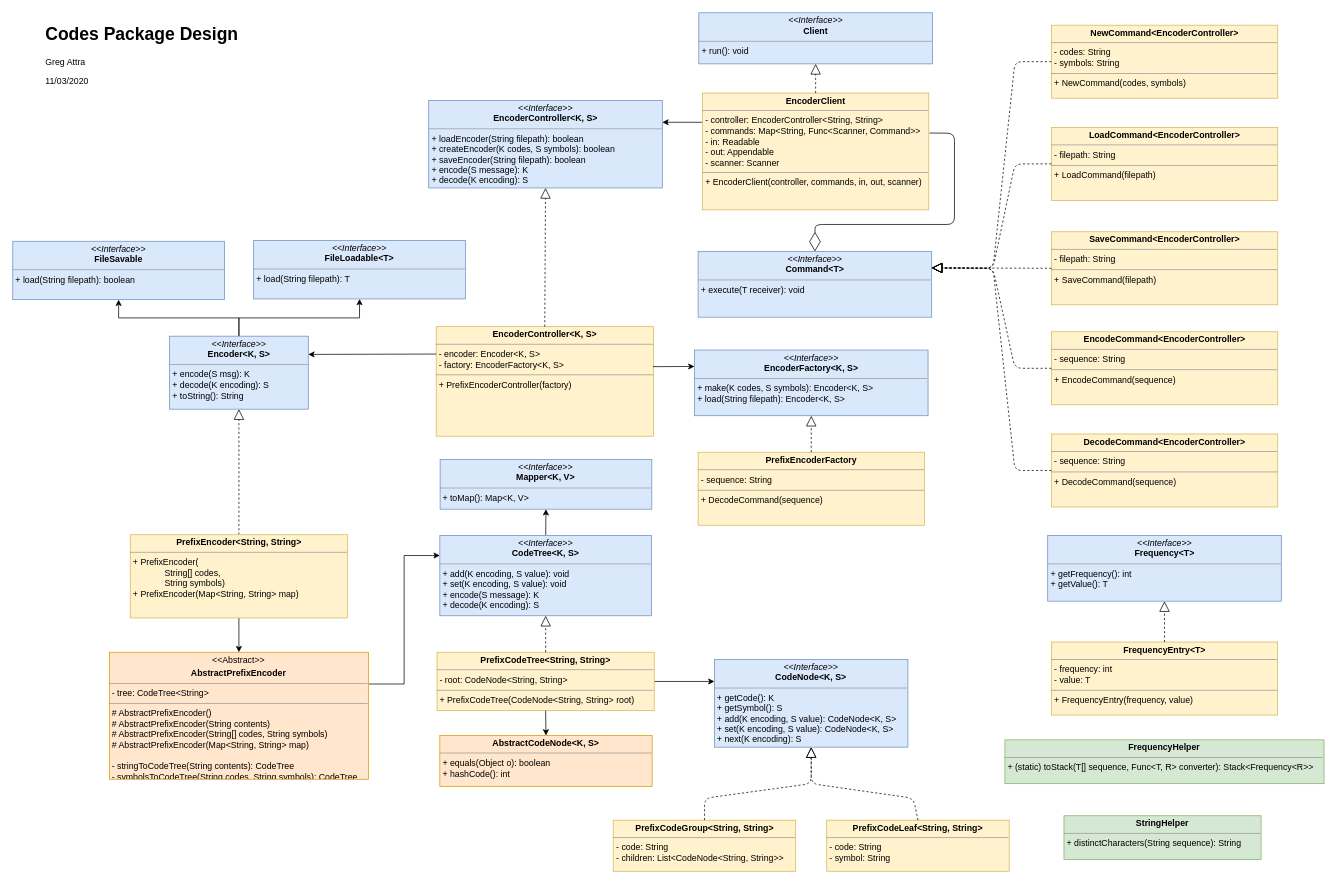
This is HW4/HW4-final-design.drawio from gbattra/OOP-Design-Patterns-in-Java, a draw.io file, before an edit. Source tidied: cells renumbered, new cells numbered last; positions are measured from the earlier drawing's top-left corner, leaving out a move shared by most shapes. Both pictures are drawn from the tidied source at 73%, with x=0, y=0 at pixel (12, 12).
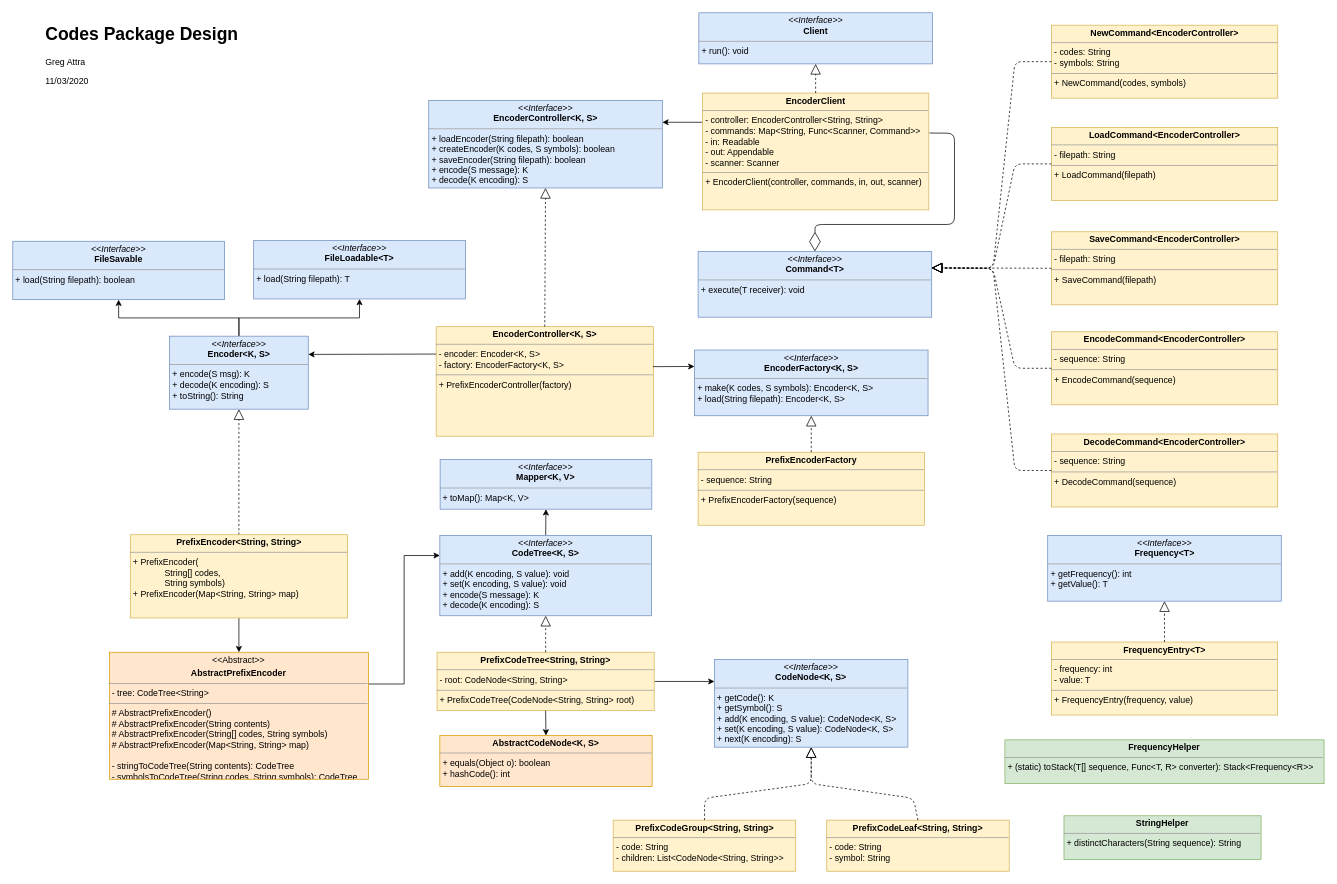
After the change.

Diff of the diagram source:
```diff
@@
-    <mxCell id="37" value="&lt;p style=&quot;margin: 0px ; margin-top: 4px ; text-align: center&quot;&gt;&lt;b&gt;PrefixEncoderFactory&lt;/b&gt;&lt;/p&gt;&lt;hr size=&quot;1&quot;&gt;&lt;p style=&quot;margin: 0px ; margin-left: 4px&quot;&gt;- sequence: String&lt;br&gt;&lt;/p&gt;&lt;hr size=&quot;1&quot;&gt;&lt;p style=&quot;margin: 0px ; margin-left: 4px&quot;&gt;+ DecodeCommand(sequence)&lt;/p&gt;" style="verticalAlign=top;align=left;overflow=fill;fontSize=12;fontFamily=Helvetica;html=1;fillColor=#fff2cc;strokeColor=#d6b656;" parent="1" vertex="1">
+    <mxCell id="37" value="&lt;p style=&quot;margin: 0px ; margin-top: 4px ; text-align: center&quot;&gt;&lt;b&gt;PrefixEncoderFactory&lt;/b&gt;&lt;/p&gt;&lt;hr size=&quot;1&quot;&gt;&lt;p style=&quot;margin: 0px ; margin-left: 4px&quot;&gt;- sequence: String&lt;br&gt;&lt;/p&gt;&lt;hr size=&quot;1&quot;&gt;&lt;p style=&quot;margin: 0px ; margin-left: 4px&quot;&gt;+ PrefixEncoderFactory(sequence)&lt;/p&gt;" style="verticalAlign=top;align=left;overflow=fill;fontSize=12;fontFamily=Helvetica;html=1;fillColor=#fff2cc;strokeColor=#d6b656;" parent="1" vertex="1">
       <mxGeometry x="938.8" y="602" width="310" height="100" as="geometry" />
     </mxCell>
```
